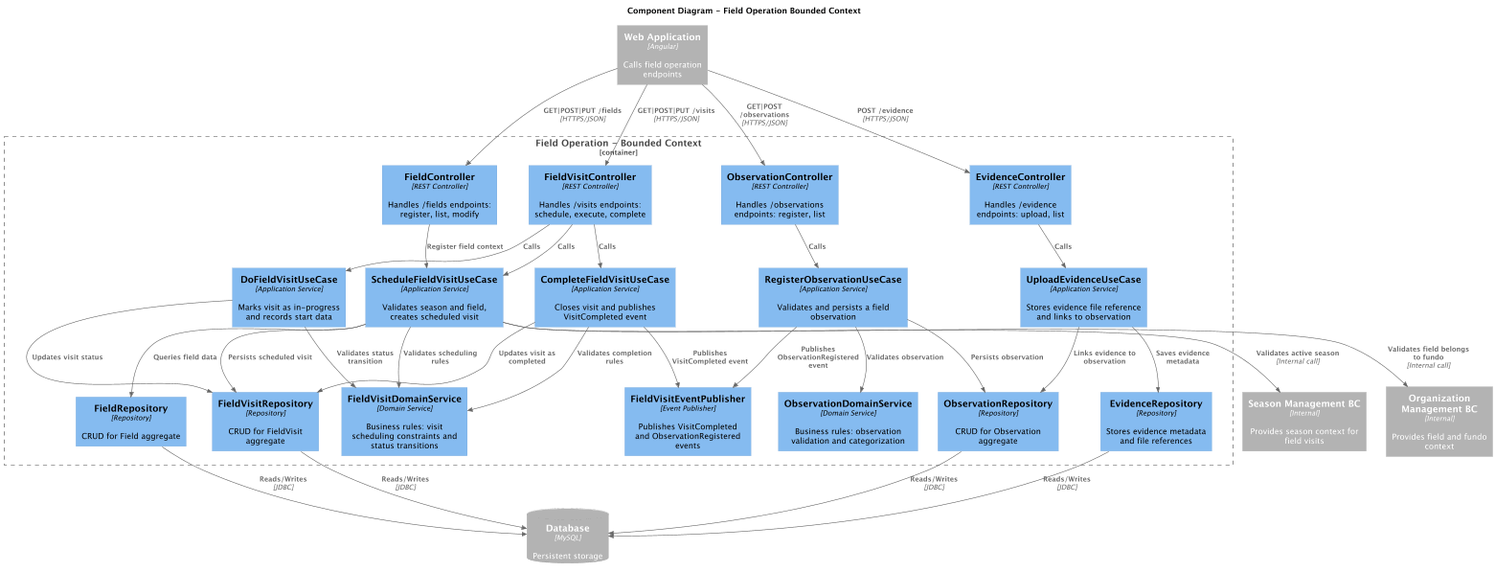
Above: docs/Arquitecture/img/ComponentDiagramField.png in upc-pre-202610-1asi0729-11881-greenspot/kampo-report (PlantUML), before the change.
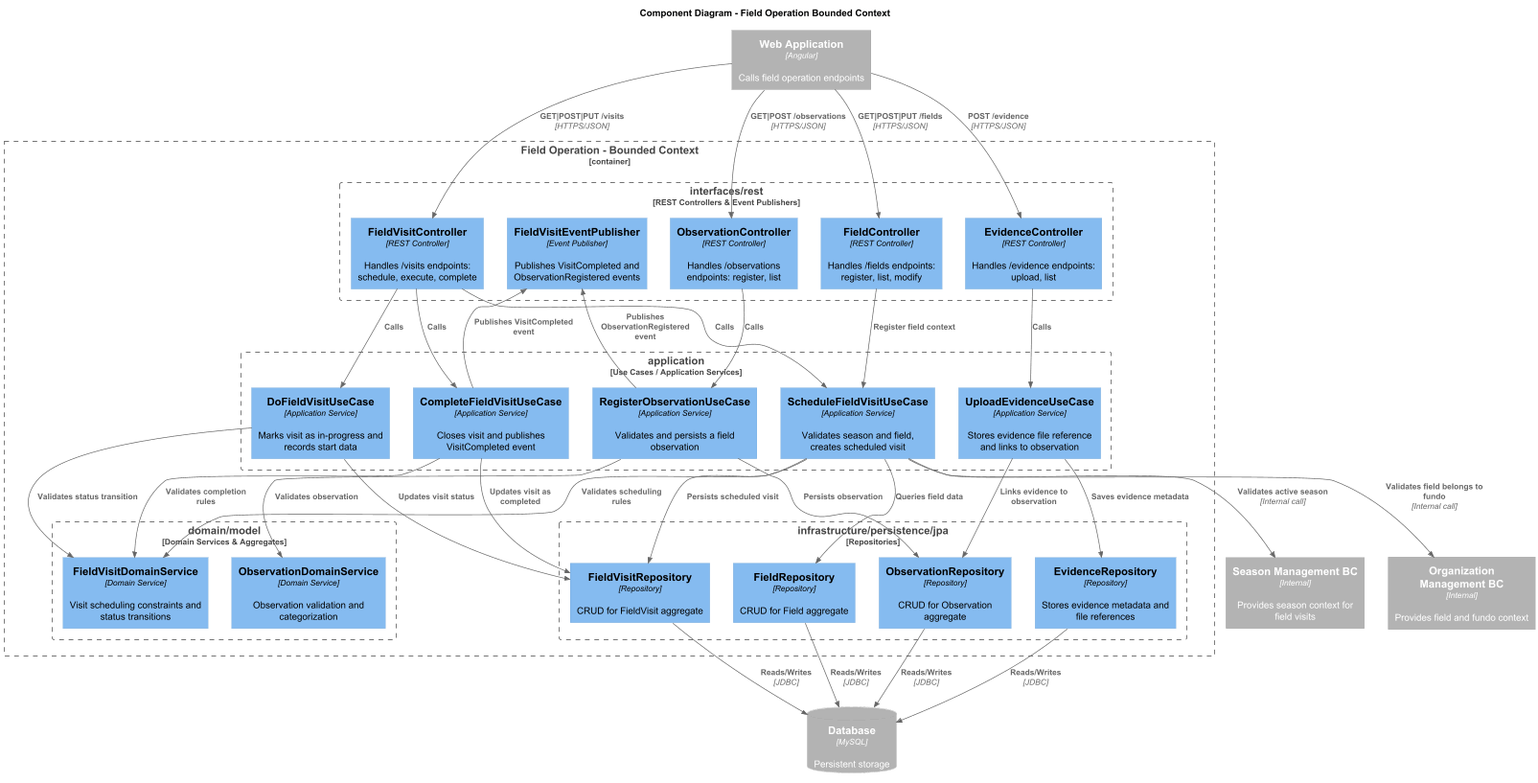
The same diagram one commit later.

What changed in the source:
```diff
@@ -13,60 +13,69 @@
 
 Container_Boundary(fieldOperationBC, "Field Operation - Bounded Context") {
 
-    Component(fieldController,       "FieldController",             "REST Controller",     "Handles /fields endpoints: register, list, modify")
-    Component(visitController,       "FieldVisitController",        "REST Controller",     "Handles /visits endpoints: schedule, execute, complete")
-    Component(observationController, "ObservationController",       "REST Controller",     "Handles /observations endpoints: register, list")
-    Component(evidenceController,    "EvidenceController",          "REST Controller",     "Handles /evidence endpoints: upload, list")
+    Boundary(interfaces, "interfaces/rest", "REST Controllers & Event Publishers") {
+        Component(fieldController,       "FieldController",          "REST Controller", "Handles /fields endpoints: register, list, modify")
+        Component(visitController,       "FieldVisitController",     "REST Controller", "Handles /visits endpoints: schedule, execute, complete")
+        Component(observationController, "ObservationController",    "REST Controller", "Handles /observations endpoints: register, list")
+        Component(evidenceController,    "EvidenceController",       "REST Controller", "Handles /evidence endpoints: upload, list")
+        Component(visitEventPub,         "FieldVisitEventPublisher", "Event Publisher", "Publishes VisitCompleted and ObservationRegistered events")
+    }
 
-    Component(scheduleVisitUC,       "ScheduleFieldVisitUseCase",   "Application Service", "Validates season and field, creates scheduled visit")
-    Component(doVisitUC,             "DoFieldVisitUseCase",         "Application Service", "Marks visit as in-progress and records start data")
-    Component(completeVisitUC,       "CompleteFieldVisitUseCase",   "Application Service", "Closes visit and publishes VisitCompleted event")
-    Component(registerObsUC,         "RegisterObservationUseCase",  "Application Service", "Validates and persists a field observation")
-    Component(uploadEvidenceUC,      "UploadEvidenceUseCase",       "Application Service", "Stores evidence file reference and links to observation")
+    Boundary(application, "application", "Use Cases / Application Services") {
+        Component(scheduleVisitUC,  "ScheduleFieldVisitUseCase",  "Application Service", "Validates season and field, creates scheduled visit")
+        Component(doVisitUC,        "DoFieldVisitUseCase",        "Application Service", "Marks visit as in-progress and records start data")
+        Component(completeVisitUC,  "CompleteFieldVisitUseCase",  "Application Service", "Closes visit and publishes VisitCompleted event")
+        Component(registerObsUC,    "RegisterObservationUseCase", "Application Service", "Validates and persists a field observation")
+        Component(uploadEvidenceUC, "UploadEvidenceUseCase",      "Application Service", "Stores evidence file reference and links to observation")
+    }
 
-    Component(visitDomainService,    "FieldVisitDomainService",     "Domain Service",      "Business rules: visit scheduling constraints and status transitions")
-    Component(observationDomainSvc,  "ObservationDomainService",    "Domain Service",      "Business rules: observation validation and categorization")
+    Boundary(domain, "domain/model", "Domain Services & Aggregates") {
+        Component(visitDomainService,   "FieldVisitDomainService",   "Domain Service", "Visit scheduling constraints and status transitions")
+        Component(observationDomainSvc, "ObservationDomainService",  "Domain Service", "Observation validation and categorization")
+    }
 
-    Component(fieldRepo,             "FieldRepository",             "Repository",          "CRUD for Field aggregate")
-    Component(visitRepo,             "FieldVisitRepository",        "Repository",          "CRUD for FieldVisit aggregate")
-    Component(observationRepo,       "ObservationRepository",       "Repository",          "CRUD for Observation aggregate")
-    Component(evidenceRepo,          "EvidenceRepository",          "Repository",          "Stores evidence metadata and file references")
-
-    Component(visitEventPub,         "FieldVisitEventPublisher",    "Event Publisher",     "Publishes VisitCompleted and ObservationRegistered events")
+    Boundary(infrastructure, "infrastructure/persistence/jpa", "Repositories") {
+        Component(fieldRepo,       "FieldRepository",       "Repository", "CRUD for Field aggregate")
+        Component(visitRepo,       "FieldVisitRepository",  "Repository", "CRUD for FieldVisit aggregate")
+        Component(observationRepo, "ObservationRepository", "Repository", "CRUD for Observation aggregate")
+        Component(evidenceRepo,    "EvidenceRepository",    "Repository", "Stores evidence metadata and file references")
+    }
 }
 
-Rel(spa, fieldController,       "GET|POST|PUT /fields",       "HTTPS/JSON")
-Rel(spa, visitController,       "GET|POST|PUT /visits",       "HTTPS/JSON")
-Rel(spa, observationController, "GET|POST /observations",     "HTTPS/JSON")
-Rel(spa, evidenceController,    "POST /evidence",             "HTTPS/JSON")
+Rel(spa, fieldController,       "GET|POST|PUT /fields",   "HTTPS/JSON")
+Rel(spa, visitController,       "GET|POST|PUT /visits",   "HTTPS/JSON")
+Rel(spa, observationController, "GET|POST /observations", "HTTPS/JSON")
+Rel(spa, evidenceController,    "POST /evidence",         "HTTPS/JSON")
 
-Rel(fieldController,       scheduleVisitUC,    "Register field context")
-Rel(visitController,       scheduleVisitUC,    "Calls")
-Rel(visitController,       doVisitUC,          "Calls")
-Rel(visitController,       completeVisitUC,    "Calls")
-Rel(observationController, registerObsUC,      "Calls")
-Rel(evidenceController,    uploadEvidenceUC,   "Calls")
+Rel(fieldController,       scheduleVisitUC,  "Register field context")
+Rel(visitController,       scheduleVisitUC,  "Calls")
+Rel(visitController,       doVisitUC,        "Calls")
+Rel(visitController,       completeVisitUC,  "Calls")
+Rel(observationController, registerObsUC,    "Calls")
+Rel(evidenceController,    uploadEvidenceUC, "Calls")
 
 Rel(scheduleVisitUC,  visitDomainService,   "Validates scheduling rules")
-Rel(scheduleVisitUC,  fieldRepo,            "Queries field data")
-Rel(scheduleVisitUC,  visitRepo,            "Persists scheduled visit")
 Rel(doVisitUC,        visitDomainService,   "Validates status transition")
-Rel(doVisitUC,        visitRepo,            "Updates visit status")
 Rel(completeVisitUC,  visitDomainService,   "Validates completion rules")
-Rel(completeVisitUC,  visitRepo,            "Updates visit as completed")
-Rel(completeVisitUC,  visitEventPub,        "Publishes VisitCompleted event")
 Rel(registerObsUC,    observationDomainSvc, "Validates observation")
-Rel(registerObsUC,    observationRepo,      "Persists observation")
-Rel(registerObsUC,    visitEventPub,        "Publishes ObservationRegistered event")
-Rel(uploadEvidenceUC, evidenceRepo,         "Saves evidence metadata")
-Rel(uploadEvidenceUC, observationRepo,      "Links evidence to observation")
+
+Rel(scheduleVisitUC,  fieldRepo,       "Queries field data")
+Rel(scheduleVisitUC,  visitRepo,       "Persists scheduled visit")
+Rel(doVisitUC,        visitRepo,       "Updates visit status")
+Rel(completeVisitUC,  visitRepo,       "Updates visit as completed")
+Rel(registerObsUC,    observationRepo, "Persists observation")
+Rel(uploadEvidenceUC, evidenceRepo,    "Saves evidence metadata")
+Rel(uploadEvidenceUC, observationRepo, "Links evidence to observation")
+
+Rel(completeVisitUC, visitEventPub, "Publishes VisitCompleted event")
+Rel(registerObsUC,   visitEventPub, "Publishes ObservationRegistered event")
+
+Rel(scheduleVisitUC, seasonBC, "Validates active season",          "Internal call")
+Rel(scheduleVisitUC, orgBC,    "Validates field belongs to fundo", "Internal call")
 
 Rel(fieldRepo,       db, "Reads/Writes", "JDBC")
 Rel(visitRepo,       db, "Reads/Writes", "JDBC")
 Rel(observationRepo, db, "Reads/Writes", "JDBC")
 Rel(evidenceRepo,    db, "Reads/Writes", "JDBC")
 
-Rel(scheduleVisitUC, seasonBC, "Validates active season", "Internal call")
-Rel(scheduleVisitUC, orgBC,    "Validates field belongs to fundo", "Internal call")
-
 @enduml
```
